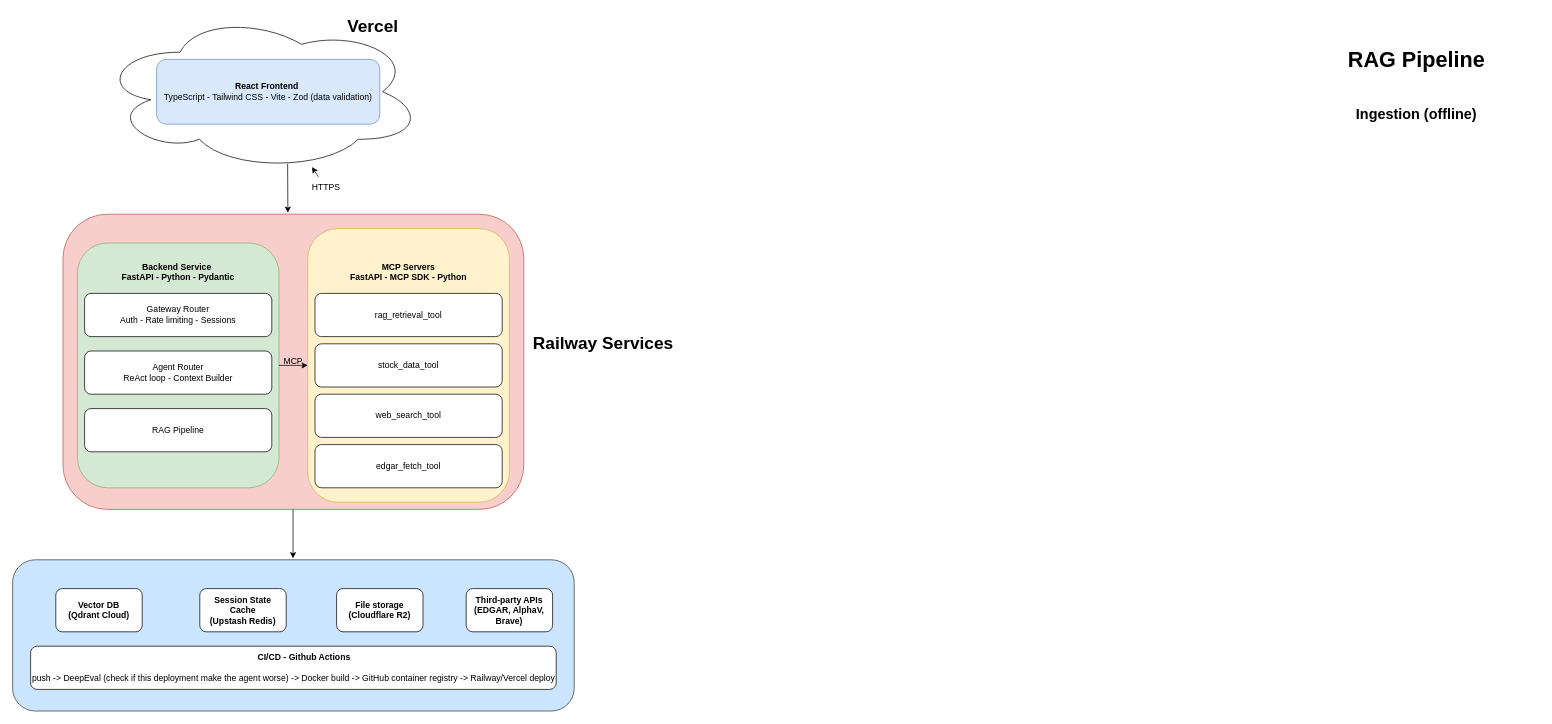
Above: design.drawio in Giabao252/Stock-Research-AI-Agent (draw.io), before the change. Source tidied: cells renumbered, new cells numbered last; positions are measured from the earlier drawing's top-left corner, leaving out a move shared by most shapes. Both pictures are drawn from the tidied source at 72%, with x=0, y=0 at pixel (12, 12).
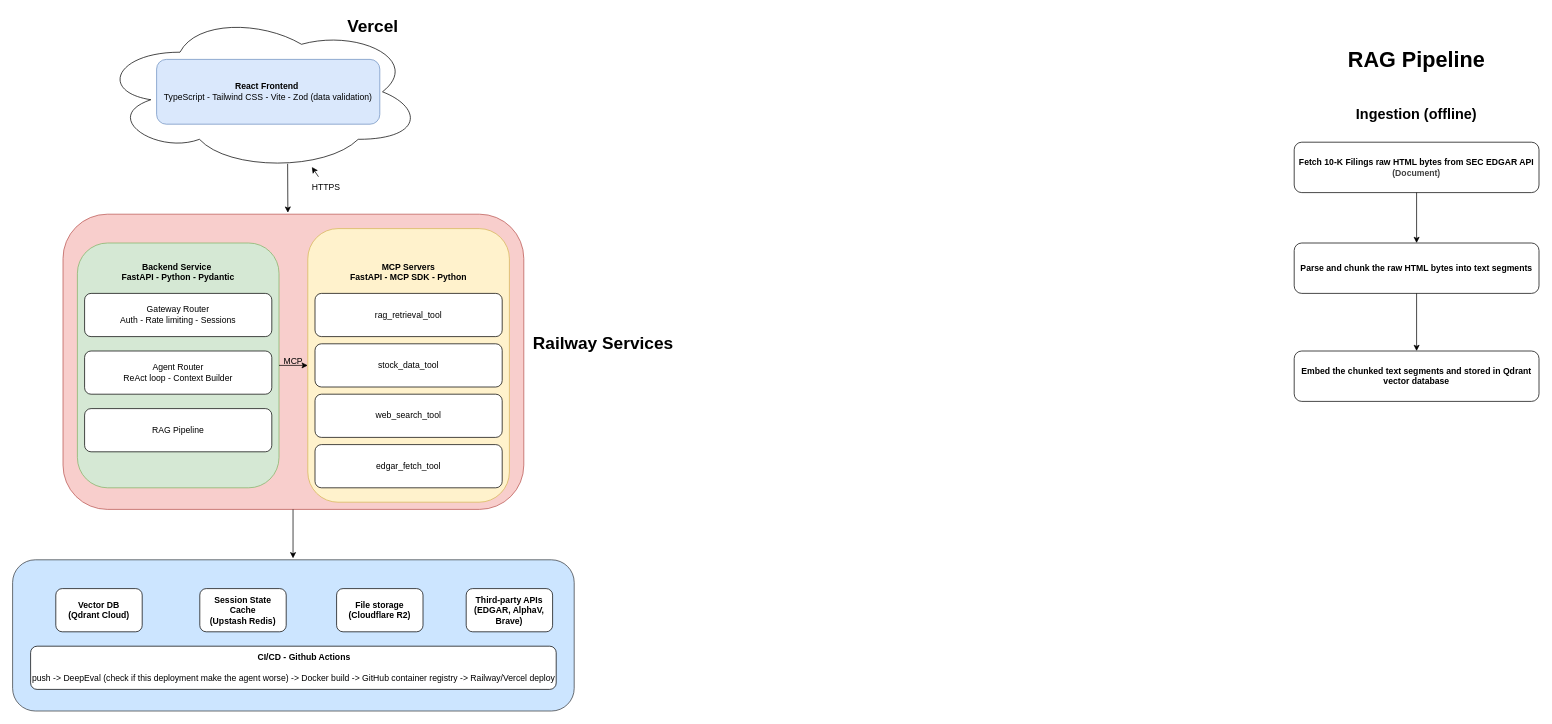
The same diagram, later.

Diff of the diagram source:
```diff
@@
+    <mxCell id="31" value="&lt;b&gt;Fetch 10-K Filings raw HTML bytes from SEC EDGAR API&lt;/b&gt;&lt;br&gt;&lt;div&gt;&lt;b style=&quot;scrollbar-color: rgb(226, 226, 226) rgb(251, 251, 251); color: rgb(63, 63, 63);&quot;&gt;(Document)&lt;/b&gt;&lt;/div&gt;" style="rounded=1;whiteSpace=wrap;html=1;" parent="1" vertex="1">
+      <mxGeometry x="1780" y="180" width="340" height="70" as="geometry" />
+    </mxCell>
+    <mxCell id="32" value="&lt;div&gt;&lt;b style=&quot;background-color: transparent;&quot;&gt;Parse and chunk the raw HTML bytes into text segments&lt;/b&gt;&lt;/div&gt;" style="rounded=1;whiteSpace=wrap;html=1;" parent="1" vertex="1">
+      <mxGeometry x="1780" y="320" width="340" height="70" as="geometry" />
+    </mxCell>
+    <mxCell id="33" style="endArrow=classic;html=1;exitX=0.5;exitY=1;exitDx=0;exitDy=0;entryX=0.5;entryY=0;entryDx=0;entryDy=0;" parent="1" edge="1" source="31" target="32">
+      <mxGeometry relative="1" as="geometry" />
+    </mxCell>
+    <mxCell id="34" value="&lt;b&gt;Embed the chunked text segments and stored in Qdrant vector database&lt;/b&gt;" style="rounded=1;whiteSpace=wrap;html=1;" parent="1" vertex="1">
+      <mxGeometry x="1780" y="470" width="340" height="70" as="geometry" />
+    </mxCell>
+    <mxCell id="35" style="endArrow=classic;html=1;entryX=0.5;entryY=0;entryDx=0;entryDy=0;exitX=0.5;exitY=1;exitDx=0;exitDy=0;" parent="1" edge="1" source="32" target="34">
+      <mxGeometry relative="1" as="geometry" />
+    </mxCell>
```
